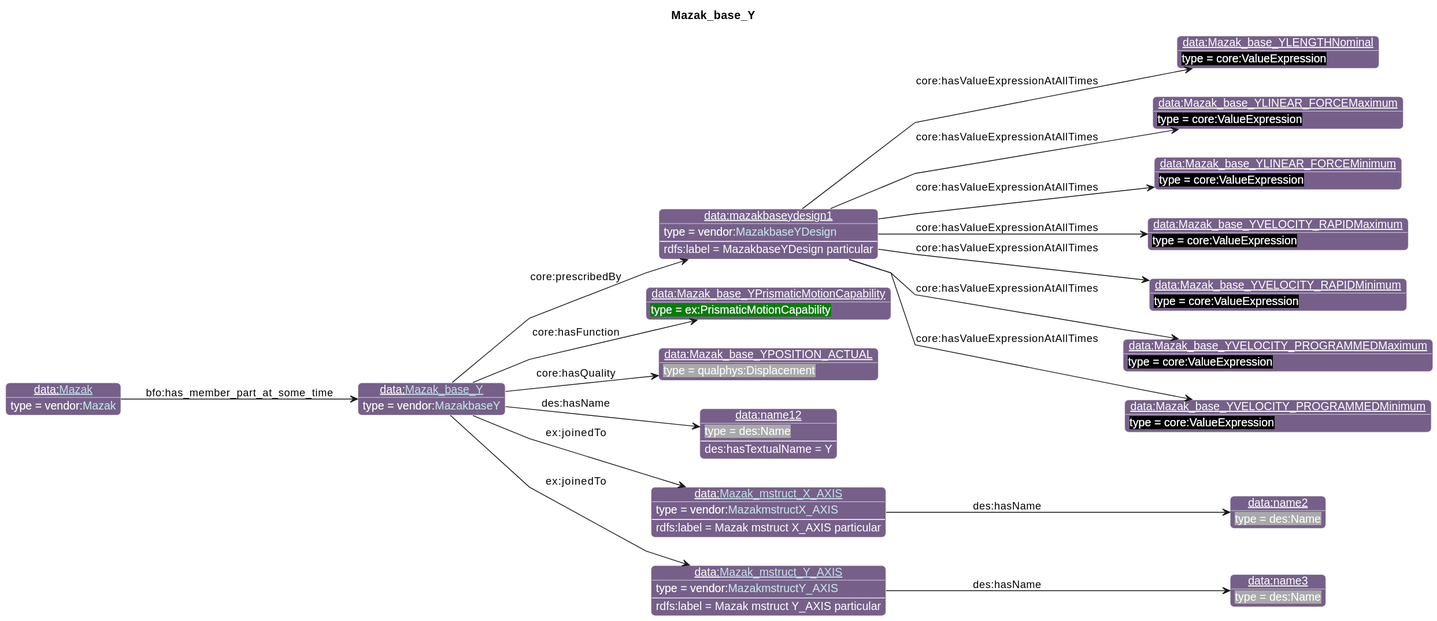
Before: diagrams/Mazak_base_Y.svg, a diagram exported from PlantUML (iofoundry/example-syseng-mtconnect).
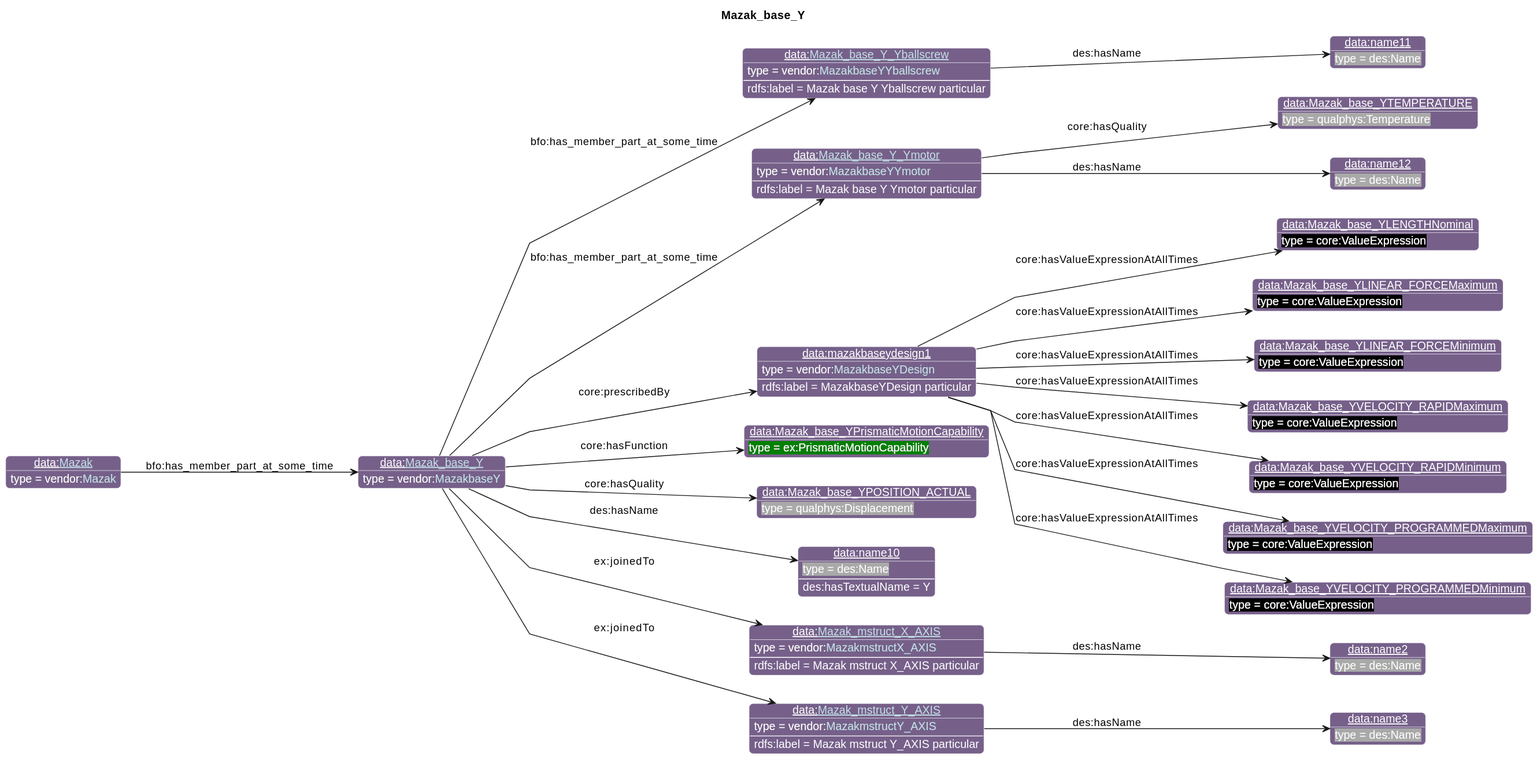
The same file after the commit.

Diff of the diagram source:
```diff
@@ -26,40 +26,52 @@
                       "qp":"641B2E"
       }
 individual(o0, data:[[./Mazak_base_Y.html Mazak_base_Y]], vendor:[[../Mazak.html#MazakbaseY MazakbaseY]])
-individual(o1, data:mazakbaseydesign1, vendor:[[../Mazak.html#MazakbaseYDesign MazakbaseYDesign]])
-individual(o2, data:Mazak_base_YLENGTHNominal, core:ValueExpression)
-individual(o3, data:Mazak_base_YLINEAR_FORCEMaximum, core:ValueExpression)
-individual(o4, data:Mazak_base_YLINEAR_FORCEMinimum, core:ValueExpression)
-individual(o5, data:Mazak_base_YVELOCITY_RAPIDMaximum, core:ValueExpression)
-individual(o6, data:Mazak_base_YVELOCITY_RAPIDMinimum, core:ValueExpression)
-individual(o7, data:Mazak_base_YVELOCITY_PROGRAMMEDMaximum, core:ValueExpression)
-individual(o8, data:Mazak_base_YVELOCITY_PROGRAMMEDMinimum, core:ValueExpression)
-individual(o9, data:Mazak_base_YPrismaticMotionCapability, ex:PrismaticMotionCapability)
-individual(o10, data:Mazak_base_YPOSITION_ACTUAL, qualphys:Displacement)
-individual(o11, data:name12, des:Name)
-individual(o12, data:[[./Mazak_mstruct_X_AXIS.html Mazak_mstruct_X_AXIS]], vendor:[[../Mazak.html#MazakmstructX_AXIS MazakmstructX_AXIS]])
-individual(o13, data:name2, des:Name)
-individual(o14, data:[[./Mazak_mstruct_Y_AXIS.html Mazak_mstruct_Y_AXIS]], vendor:[[../Mazak.html#MazakmstructY_AXIS MazakmstructY_AXIS]])
-individual(o15, data:name3, des:Name)
-individual(o16, data:[[./Mazak.html Mazak]], vendor:[[../Mazak.html#Mazak Mazak]])
-property(o0, "core:prescribedBy", o1)
-data(o1, "rdfs:label", "MazakbaseYDesign particular")
-property(o1, "core:hasValueExpressionAtAllTimes", o2)
-property(o1, "core:hasValueExpressionAtAllTimes", o3)
-property(o1, "core:hasValueExpressionAtAllTimes", o4)
-property(o1, "core:hasValueExpressionAtAllTimes", o5)
-property(o1, "core:hasValueExpressionAtAllTimes", o6)
-property(o1, "core:hasValueExpressionAtAllTimes", o7)
-property(o1, "core:hasValueExpressionAtAllTimes", o8)
-property(o0, "core:hasFunction", o9)
-property(o0, "core:hasQuality", o10)
-property(o0, "des:hasName", o11)
-data(o11, "des:hasTextualName", "Y")
-property(o0, "ex:joinedTo", o12)
-data(o12, "rdfs:label", "Mazak mstruct X_AXIS particular")
-property(o12, "des:hasName", o13)
-property(o0, "ex:joinedTo", o14)
-data(o14, "rdfs:label", "Mazak mstruct Y_AXIS particular")
-property(o14, "des:hasName", o15)
-property(o16, "bfo:has_member_part_at_some_time", o0)
+individual(o1, data:[[./Mazak_base_Y_Yballscrew.html Mazak_base_Y_Yballscrew]], vendor:[[../Mazak.html#MazakbaseYYballscrew MazakbaseYYballscrew]])
+individual(o2, data:name11, des:Name)
+individual(o3, data:[[./Mazak_base_Y_Ymotor.html Mazak_base_Y_Ymotor]], vendor:[[../Mazak.html#MazakbaseYYmotor MazakbaseYYmotor]])
+individual(o4, data:Mazak_base_YTEMPERATURE, qualphys:Temperature)
+individual(o5, data:name12, des:Name)
+individual(o6, data:mazakbaseydesign1, vendor:[[../Mazak.html#MazakbaseYDesign MazakbaseYDesign]])
+individual(o7, data:Mazak_base_YLENGTHNominal, core:ValueExpression)
+individual(o8, data:Mazak_base_YLINEAR_FORCEMaximum, core:ValueExpression)
+individual(o9, data:Mazak_base_YLINEAR_FORCEMinimum, core:ValueExpression)
+individual(o10, data:Mazak_base_YVELOCITY_RAPIDMaximum, core:ValueExpression)
+individual(o11, data:Mazak_base_YVELOCITY_RAPIDMinimum, core:ValueExpression)
+individual(o12, data:Mazak_base_YVELOCITY_PROGRAMMEDMaximum, core:ValueExpression)
+individual(o13, data:Mazak_base_YVELOCITY_PROGRAMMEDMinimum, core:ValueExpression)
+individual(o14, data:Mazak_base_YPrismaticMotionCapability, ex:PrismaticMotionCapability)
+individual(o15, data:Mazak_base_YPOSITION_ACTUAL, qualphys:Displacement)
+individual(o16, data:name10, des:Name)
+individual(o17, data:[[./Mazak_mstruct_X_AXIS.html Mazak_mstruct_X_AXIS]], vendor:[[../Mazak.html#MazakmstructX_AXIS MazakmstructX_AXIS]])
+individual(o18, data:name2, des:Name)
+individual(o19, data:[[./Mazak_mstruct_Y_AXIS.html Mazak_mstruct_Y_AXIS]], vendor:[[../Mazak.html#MazakmstructY_AXIS MazakmstructY_AXIS]])
+individual(o20, data:name3, des:Name)
+individual(o21, data:[[./Mazak.html Mazak]], vendor:[[../Mazak.html#Mazak Mazak]])
+property(o0, "bfo:has_member_part_at_some_time", o1)
+data(o1, "rdfs:label", "Mazak base Y Yballscrew particular")
+property(o1, "des:hasName", o2)
+property(o0, "bfo:has_member_part_at_some_time", o3)
+data(o3, "rdfs:label", "Mazak base Y Ymotor particular")
+property(o3, "core:hasQuality", o4)
+property(o3, "des:hasName", o5)
+property(o0, "core:prescribedBy", o6)
+data(o6, "rdfs:label", "MazakbaseYDesign particular")
+property(o6, "core:hasValueExpressionAtAllTimes", o7)
+property(o6, "core:hasValueExpressionAtAllTimes", o8)
+property(o6, "core:hasValueExpressionAtAllTimes", o9)
+property(o6, "core:hasValueExpressionAtAllTimes", o10)
+property(o6, "core:hasValueExpressionAtAllTimes", o11)
+property(o6, "core:hasValueExpressionAtAllTimes", o12)
+property(o6, "core:hasValueExpressionAtAllTimes", o13)
+property(o0, "core:hasFunction", o14)
+property(o0, "core:hasQuality", o15)
+property(o0, "des:hasName", o16)
+data(o16, "des:hasTextualName", "Y")
+property(o0, "ex:joinedTo", o17)
+data(o17, "rdfs:label", "Mazak mstruct X_AXIS particular")
+property(o17, "des:hasName", o18)
+property(o0, "ex:joinedTo", o19)
+data(o19, "rdfs:label", "Mazak mstruct Y_AXIS particular")
+property(o19, "des:hasName", o20)
+property(o21, "bfo:has_member_part_at_some_time", o0)
 @enduml
```
